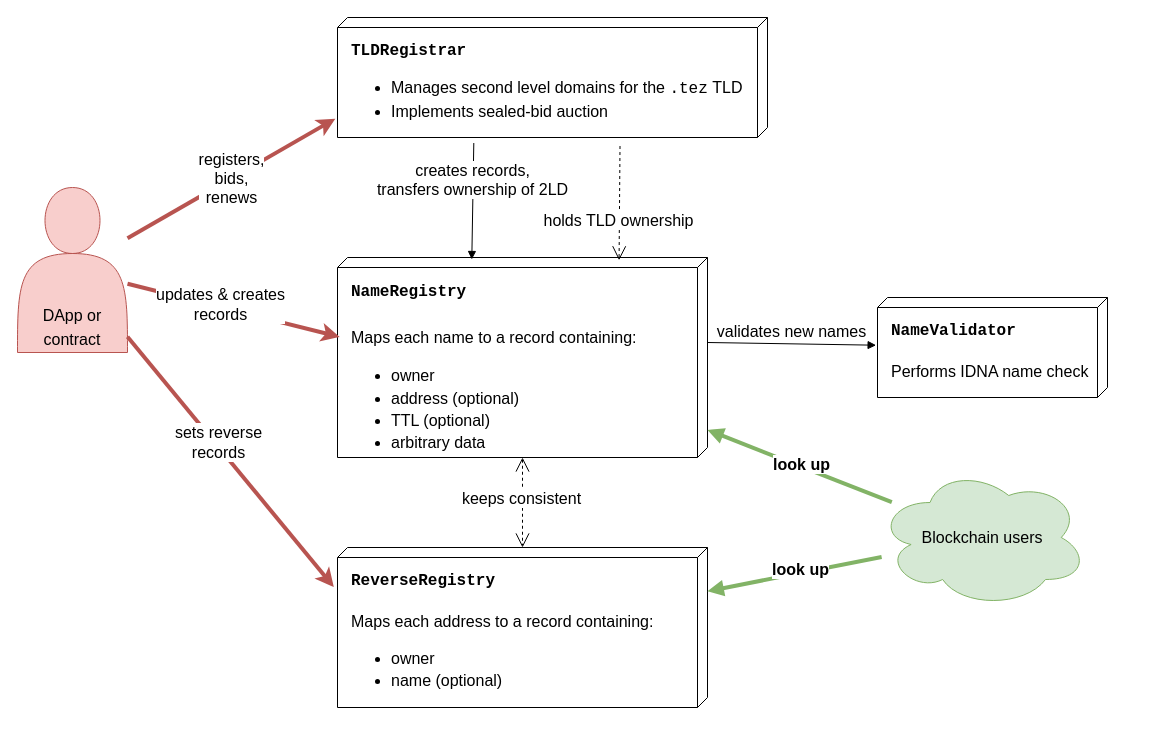
This is .gitbook/assets/smart_contracts.drawio from tezos-domains/docs, a draw.io file, before an edit. Source tidied: cells renumbered, new cells numbered last; positions are measured from the earlier drawing's top-left corner, leaving out a move shared by most shapes. Both pictures are drawn from the tidied source at 100%, with x=0, y=0 at pixel (17, 17).
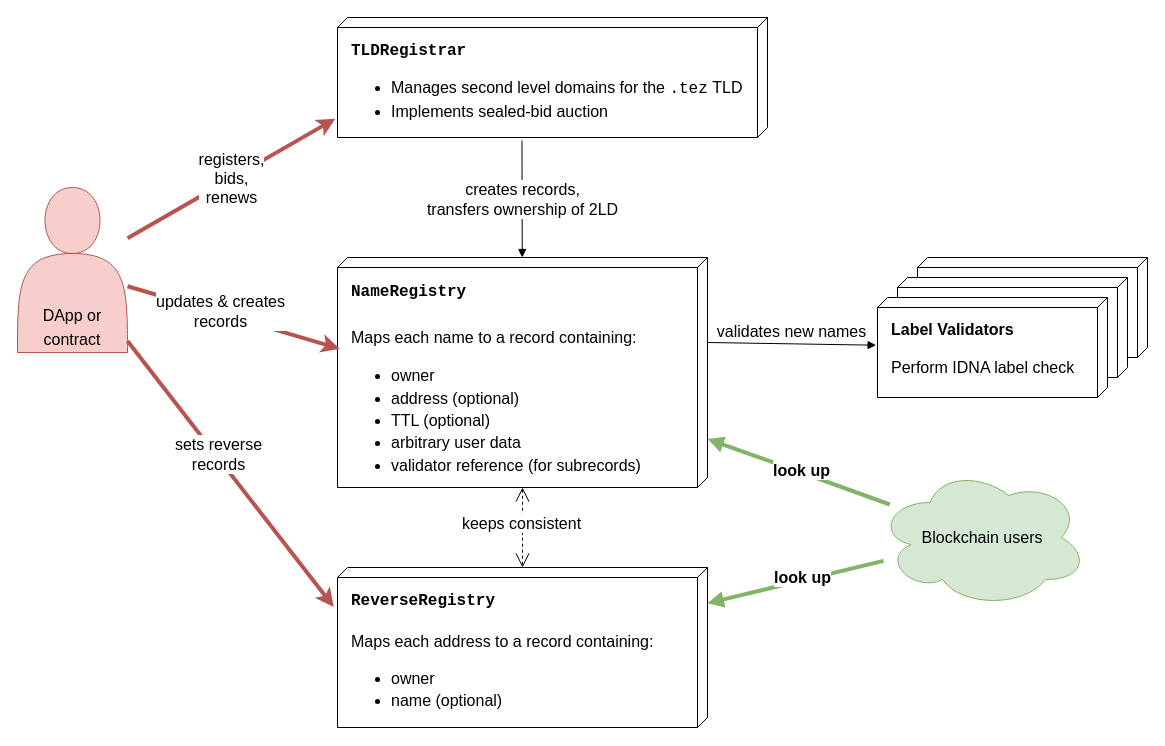
Above is the later version.

Commit message (it also covers changes not shown here):
ownership explained, multiple TLDs

Unchanged cells that the change refers to:
```xml
<mxCell id="5" value="&lt;font&gt;&lt;font style=&quot;font-weight: bold ; font-family: &amp;#34;courier new&amp;#34; ; font-size: 16px&quot;&gt;TLDRegistrar&lt;/font&gt;&lt;br style=&quot;font-size: 16px&quot;&gt;&lt;ul style=&quot;line-height: 140%&quot;&gt;&lt;li&gt;&lt;font&gt;Manages second level domains for the &lt;font face=&quot;Courier New&quot;&gt;.tez&lt;/font&gt;&amp;nbsp;TLD&lt;/font&gt;&lt;/li&gt;&lt;li&gt;&lt;font&gt;Implements sealed-bid auction&lt;/font&gt;&lt;/li&gt;&lt;/ul&gt;&lt;/font&gt;" style="verticalAlign=top;align=left;spacingTop=16;spacingLeft=12;spacingRight=12;shape=cube;size=10;direction=south;fontStyle=0;html=1;fontSize=16;fontColor=#000000;" parent="1" vertex="1">
  <mxGeometry x="320" width="430" height="120" as="geometry" />
</mxCell>
```

What changed in the source:
```diff
@@
+    <mxCell id="17" value="&lt;font&gt;&lt;br&gt;&lt;/font&gt;" style="verticalAlign=top;align=left;spacingTop=16;spacingLeft=12;spacingRight=12;shape=cube;size=10;direction=south;fontStyle=0;html=1;fontSize=16;fontColor=#000000;" parent="1" vertex="1">
+      <mxGeometry x="900" y="240" width="230" height="100" as="geometry" />
+    </mxCell>
+    <mxCell id="18" value="&lt;font&gt;&lt;br&gt;&lt;/font&gt;" style="verticalAlign=top;align=left;spacingTop=16;spacingLeft=12;spacingRight=12;shape=cube;size=10;direction=south;fontStyle=0;html=1;fontSize=16;fontColor=#000000;" parent="1" vertex="1">
+      <mxGeometry x="880" y="260" width="230" height="100" as="geometry" />
+    </mxCell>
-    <mxCell id="2" value="&lt;font style=&quot;line-height: 140%&quot;&gt;&lt;font face=&quot;Courier New&quot;&gt;&lt;b&gt;&lt;font style=&quot;font-size: 16px&quot;&gt;NameRegistry&lt;/font&gt;&lt;br style=&quot;font-size: 16px&quot;&gt;&lt;br style=&quot;font-size: 16px&quot;&gt;&lt;/b&gt;&lt;/font&gt;Maps each name to a record containing:&lt;br&gt;&lt;ul style=&quot;font-size: 16px&quot;&gt;&lt;li&gt;&lt;font style=&quot;font-size: 16px&quot;&gt;owner&lt;/font&gt;&lt;/li&gt;&lt;li&gt;address (optional)&lt;/li&gt;&lt;li&gt;&lt;span&gt;TTL (optional)&lt;/span&gt;&lt;br&gt;&lt;/li&gt;&lt;li&gt;&lt;span&gt;arbitrary data&lt;/span&gt;&lt;/li&gt;&lt;/ul&gt;&lt;/font&gt;" style="verticalAlign=top;align=left;spacingTop=16;spacingLeft=12;spacingRight=12;shape=cube;size=10;direction=south;fontStyle=0;html=1;fontSize=16;fontColor=#000000;" parent="1" vertex="1">
-      <mxGeometry x="320" y="240" width="370" height="200" as="geometry" />
+    <mxCell id="2" value="&lt;font style=&quot;line-height: 140%&quot;&gt;&lt;font face=&quot;Courier New&quot;&gt;&lt;b&gt;&lt;font style=&quot;font-size: 16px&quot;&gt;NameRegistry&lt;/font&gt;&lt;br style=&quot;font-size: 16px&quot;&gt;&lt;br style=&quot;font-size: 16px&quot;&gt;&lt;/b&gt;&lt;/font&gt;Maps each name to a record containing:&lt;br&gt;&lt;ul style=&quot;font-size: 16px&quot;&gt;&lt;li&gt;&lt;font style=&quot;font-size: 16px&quot;&gt;owner&lt;/font&gt;&lt;/li&gt;&lt;li&gt;address (optional)&lt;/li&gt;&lt;li&gt;&lt;span&gt;TTL (optional)&lt;/span&gt;&lt;br&gt;&lt;/li&gt;&lt;li&gt;&lt;span&gt;arbitrary user data&lt;/span&gt;&lt;/li&gt;&lt;li&gt;&lt;span&gt;validator reference (for subrecords)&lt;/span&gt;&lt;/li&gt;&lt;/ul&gt;&lt;/font&gt;" style="verticalAlign=top;align=left;spacingTop=16;spacingLeft=12;spacingRight=12;shape=cube;size=10;direction=south;fontStyle=0;html=1;fontSize=16;fontColor=#000000;" parent="1" vertex="1">
+      <mxGeometry x="320" y="240" width="370" height="230" as="geometry" />
     </mxCell>
-    <mxCell id="3" value="&lt;font&gt;&lt;font face=&quot;Courier New&quot;&gt;&lt;b&gt;NameValidator&lt;br style=&quot;font-size: 16px&quot;&gt;&lt;br style=&quot;font-size: 16px&quot;&gt;&lt;/b&gt;&lt;/font&gt;Performs IDNA name check&lt;br&gt;&lt;/font&gt;" style="verticalAlign=top;align=left;spacingTop=16;spacingLeft=12;spacingRight=12;shape=cube;size=10;direction=south;fontStyle=0;html=1;fontSize=16;fontColor=#000000;" parent="1" vertex="1">
+    <mxCell id="3" value="&lt;font&gt;&lt;font style=&quot;font-size: 16px&quot;&gt;&lt;b&gt;Label Validators&lt;/b&gt;&lt;/font&gt;&lt;br style=&quot;font-size: 16px&quot;&gt;&lt;br style=&quot;font-size: 16px&quot;&gt;Perform IDNA label check&lt;br&gt;&lt;/font&gt;" style="verticalAlign=top;align=left;spacingTop=16;spacingLeft=12;spacingRight=12;shape=cube;size=10;direction=south;fontStyle=0;html=1;fontSize=16;fontColor=#000000;" parent="1" vertex="1">
       <mxGeometry x="860" y="280" width="230" height="100" as="geometry" />
     </mxCell>
@@
-    <mxCell id="6" value="creates records,&lt;br&gt;transfers ownership of 2LD" style="html=1;verticalAlign=bottom;endArrow=block;fontSize=16;fontColor=#000000;entryX=0.01;entryY=0.637;entryDx=0;entryDy=0;entryPerimeter=0;strokeWidth=1;exitX=1.046;exitY=0.683;exitDx=0;exitDy=0;exitPerimeter=0;" parent="1" edge="1" source="5" target="2">
+    <mxCell id="6" value="creates records,&lt;br&gt;transfers ownership of 2LD" style="html=1;verticalAlign=middle;endArrow=block;fontSize=16;fontColor=#000000;strokeWidth=1;exitX=1.024;exitY=0.571;exitDx=0;exitDy=0;exitPerimeter=0;" parent="1" edge="1" source="5" target="2">
       <mxGeometry relative="1" as="geometry" />
     </mxCell>
-    <mxCell id="7" value="holds TLD ownership" style="endArrow=open;endSize=12;dashed=1;html=1;fontSize=16;fontColor=#000000;entryX=0.014;entryY=0.239;entryDx=0;entryDy=0;entryPerimeter=0;exitX=1.071;exitY=0.343;exitDx=0;exitDy=0;exitPerimeter=0;" parent="1" edge="1" source="5" target="2">
-      <mxGeometry x="0.3" y="-1" relative="1" as="geometry" />
-    </mxCell>
     <mxCell id="8" value="&lt;font&gt;&lt;font face=&quot;Courier New&quot;&gt;&lt;b&gt;&lt;font style=&quot;font-size: 16px&quot;&gt;ReverseRegistry&lt;/font&gt;&lt;br style=&quot;font-size: 16px&quot;&gt;&lt;br style=&quot;font-size: 16px&quot;&gt;&lt;/b&gt;&lt;/font&gt;Maps each address to a record containing:&lt;br&gt;&lt;ul style=&quot;line-height: 140%&quot;&gt;&lt;li&gt;owner&lt;/li&gt;&lt;li&gt;&lt;font&gt;name (optional)&lt;/font&gt;&lt;/li&gt;&lt;/ul&gt;&lt;/font&gt;" style="verticalAlign=top;align=left;spacingTop=16;spacingLeft=12;spacingRight=12;shape=cube;size=10;direction=south;fontStyle=0;html=1;fontSize=16;fontColor=#000000;" parent="1" vertex="1">
-      <mxGeometry x="320" y="530" width="370" height="160" as="geometry" />
+      <mxGeometry x="320" y="550" width="370" height="160" as="geometry" />
     </mxCell>
```
